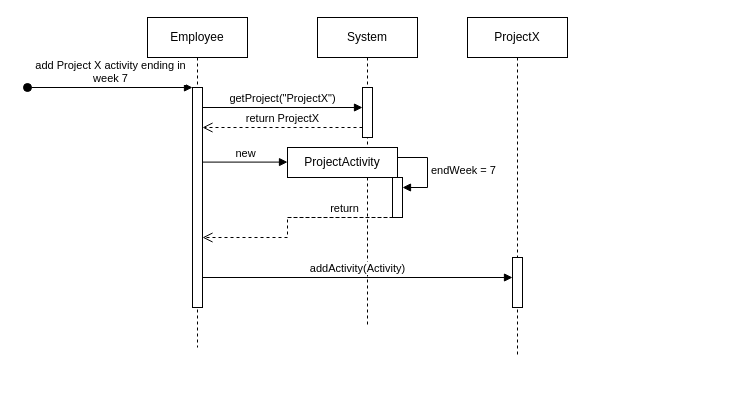
The draw.io diagram Add project ending in week 7 sequence diagram.drawio in Buildasaurus/02161-Projekt, before the edit. Source tidied: cells renumbered, new cells numbered last; positions are measured from the earlier drawing's top-left corner, leaving out a move shared by most shapes. Both pictures are drawn from the tidied source at 100%, with x=0, y=0 at pixel (27, 17).
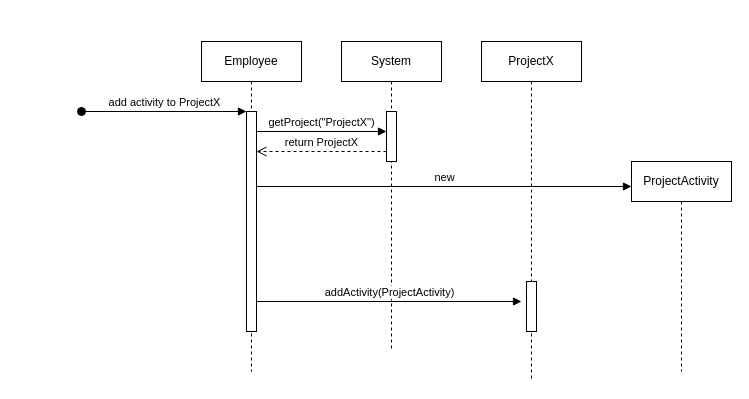
After the change.

Commit message (it also covers changes not shown here):
Fix sequence diagrams

Unchanged cells that the change refers to:
```xml
<mxCell id="3" style="html=1;points=[];perimeter=orthogonalPerimeter;outlineConnect=0;targetShapes=umlLifeline;portConstraint=eastwest;newEdgeStyle={&quot;edgeStyle&quot;:&quot;elbowEdgeStyle&quot;,&quot;elbow&quot;:&quot;vertical&quot;,&quot;curved&quot;:0,&quot;rounded&quot;:0};" parent="2" vertex="1">
  <mxGeometry x="45" y="70" width="10" height="220" as="geometry" />
</mxCell>
<mxCell id="7" style="html=1;points=[];perimeter=orthogonalPerimeter;outlineConnect=0;targetShapes=umlLifeline;portConstraint=eastwest;newEdgeStyle={&quot;edgeStyle&quot;:&quot;elbowEdgeStyle&quot;,&quot;elbow&quot;:&quot;vertical&quot;,&quot;curved&quot;:0,&quot;rounded&quot;:0};" parent="6" vertex="1">
  <mxGeometry x="45" y="70" width="10" height="50" as="geometry" />
</mxCell>
```

Diff of the diagram source:
```diff
@@
     <mxCell id="2" value="Employee" style="shape=umlLifeline;perimeter=lifelinePerimeter;whiteSpace=wrap;html=1;newEdgeStyle={&quot;edgeStyle&quot;:&quot;elbowEdgeStyle&quot;,&quot;elbow&quot;:&quot;vertical&quot;,&quot;curved&quot;:0,&quot;rounded&quot;:0};" parent="1" vertex="1">
-      <mxGeometry x="120" width="100" height="330" as="geometry" />
+      <mxGeometry x="174" y="24" width="100" height="330" as="geometry" />
     </mxCell>
@@
-    <mxCell id="4" value="add Project X activity ending in&lt;div&gt;week 7&lt;/div&gt;" style="html=1;verticalAlign=bottom;startArrow=oval;endArrow=block;startSize=8;edgeStyle=elbowEdgeStyle;elbow=vertical;curved=0;rounded=0;" parent="2" edge="1" target="3">
+    <mxCell id="4" value="add activity to ProjectX" style="html=1;verticalAlign=bottom;startArrow=oval;endArrow=block;startSize=8;edgeStyle=elbowEdgeStyle;elbow=vertical;curved=0;rounded=0;" parent="2" edge="1" target="3">
       <mxGeometry relative="1" as="geometry">
         <mxPoint x="-120" y="70" as="sourcePoint" />
       </mxGeometry>
     </mxCell>
     <mxCell id="5" value="getProject(&quot;ProjectX&quot;)" style="html=1;verticalAlign=bottom;endArrow=block;curved=0;rounded=0;" parent="1" edge="1" target="7">
       <mxGeometry relative="1" as="geometry">
-        <mxPoint x="175" y="90" as="sourcePoint" />
+        <mxPoint x="229" y="114" as="sourcePoint" />
       </mxGeometry>
     </mxCell>
     <mxCell id="6" value="System" style="shape=umlLifeline;perimeter=lifelinePerimeter;whiteSpace=wrap;html=1;newEdgeStyle={&quot;edgeStyle&quot;:&quot;elbowEdgeStyle&quot;,&quot;elbow&quot;:&quot;vertical&quot;,&quot;curved&quot;:0,&quot;rounded&quot;:0};" parent="1" vertex="1">
-      <mxGeometry x="290" width="100" height="310" as="geometry" />
+      <mxGeometry x="314" y="24" width="100" height="310" as="geometry" />
     </mxCell>
@@
-    <mxCell id="8" style="html=1;points=[[0,0,0,0,5],[0,1,0,0,-5],[1,0,0,0,5],[1,1,0,0,-5]];perimeter=orthogonalPerimeter;outlineConnect=0;targetShapes=umlLifeline;portConstraint=eastwest;newEdgeStyle={&quot;curved&quot;:0,&quot;rounded&quot;:0};" parent="6" vertex="1">
-      <mxGeometry x="75" y="160" width="10" height="40" as="geometry" />
-    </mxCell>
-    <mxCell id="9" value="endWeek = 7" style="html=1;align=left;spacingLeft=2;endArrow=block;rounded=0;edgeStyle=orthogonalEdgeStyle;curved=0;rounded=0;" parent="6" edge="1" target="8">
-      <mxGeometry relative="1" as="geometry">
-        <mxPoint x="80" y="140" as="sourcePoint" />
-        <Array as="points">
-          <mxPoint x="110" y="170" />
-        </Array>
-      </mxGeometry>
-    </mxCell>
     <mxCell id="10" value="return ProjectX" style="html=1;verticalAlign=bottom;endArrow=open;dashed=1;endSize=8;curved=0;rounded=0;" parent="1" edge="1" source="7">
       <mxGeometry relative="1" as="geometry">
-        <mxPoint x="175" y="110" as="targetPoint" />
+        <mxPoint x="229" y="134" as="targetPoint" />
       </mxGeometry>
     </mxCell>
     <mxCell id="11" value="ProjectX" style="shape=umlLifeline;perimeter=lifelinePerimeter;whiteSpace=wrap;html=1;newEdgeStyle={&quot;edgeStyle&quot;:&quot;elbowEdgeStyle&quot;,&quot;elbow&quot;:&quot;vertical&quot;,&quot;curved&quot;:0,&quot;rounded&quot;:0};" parent="1" vertex="1">
-      <mxGeometry x="440" width="100" height="340" as="geometry" />
+      <mxGeometry x="454" y="24" width="100" height="340" as="geometry" />
     </mxCell>
@@
-    <mxCell id="13" value="addActivity(Activity)" style="html=1;verticalAlign=bottom;endArrow=block;curved=0;rounded=0;" parent="1" edge="1">
+    <mxCell id="13" value="addActivity(ProjectActivity)" style="html=1;verticalAlign=bottom;endArrow=block;curved=0;rounded=0;" parent="1" edge="1">
       <mxGeometry relative="1" as="geometry">
-        <mxPoint x="175" y="260" as="sourcePoint" />
-        <mxPoint x="485" y="260" as="targetPoint" />
+        <mxPoint x="229" y="284" as="sourcePoint" />
+        <mxPoint x="494" y="284" as="targetPoint" />
       </mxGeometry>
     </mxCell>
-    <mxCell id="14" value="new" style="html=1;verticalAlign=bottom;endArrow=block;curved=0;rounded=0;" parent="1" edge="1" source="3">
+    <mxCell id="14" value="new" style="html=1;verticalAlign=bottom;endArrow=block;curved=0;rounded=0;entryX=0;entryY=0.5;entryDx=0;entryDy=0;" parent="1" edge="1" source="3">
       <mxGeometry relative="1" as="geometry">
-        <mxPoint x="260" y="144.6" as="targetPoint" />
+        <mxPoint x="604" y="169" as="targetPoint" />
       </mxGeometry>
     </mxCell>
-    <mxCell id="15" value="ProjectActivity" style="html=1;whiteSpace=wrap;" parent="1" vertex="1">
-      <mxGeometry x="260" y="130" width="110" height="30" as="geometry" />
+    <mxCell id="15" value="ProjectActivity" style="shape=umlLifeline;perimeter=lifelinePerimeter;whiteSpace=wrap;html=1;newEdgeStyle={&quot;edgeStyle&quot;:&quot;elbowEdgeStyle&quot;,&quot;elbow&quot;:&quot;vertical&quot;,&quot;curved&quot;:0,&quot;rounded&quot;:0};" parent="1" vertex="1">
+      <mxGeometry x="604" y="144" width="100" height="210" as="geometry" />
     </mxCell>
-    <mxCell id="16" value="return" style="html=1;verticalAlign=bottom;endArrow=open;dashed=1;endSize=8;curved=0;rounded=0;" parent="1" edge="1">
-      <mxGeometry relative="1" as="geometry">
-        <mxPoint x="260" y="200" as="sourcePoint" />
-        <mxPoint x="175" y="220" as="targetPoint" />
-        <Array as="points">
-          <mxPoint x="370" y="200" />
-          <mxPoint x="260" y="200" />
-          <mxPoint x="260" y="220" />
-        </Array>
-      </mxGeometry>
-    </mxCell>
```
